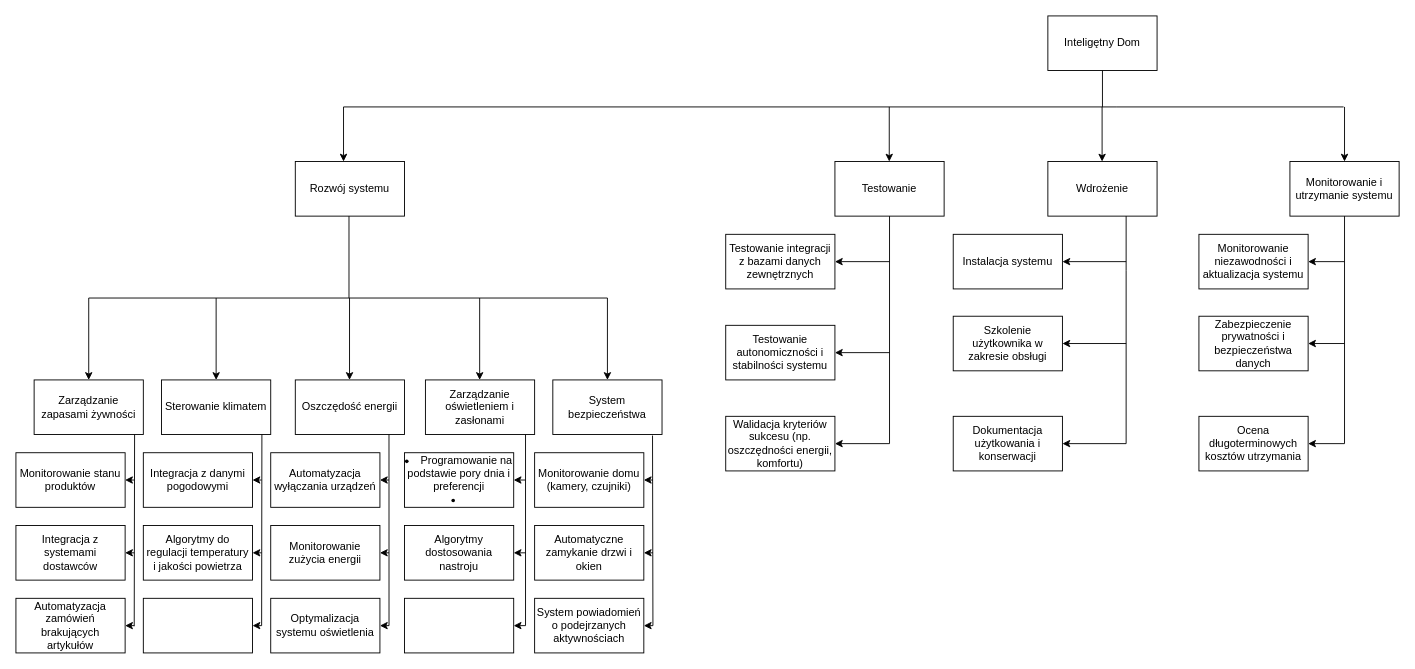
Before: Diagram bez tytułu.drawio in julian428/wbs, a draw.io diagram. Source tidied: cells renumbered, new cells numbered last; positions are measured from the earlier drawing's top-left corner, leaving out a move shared by most shapes. Both pictures are drawn from the tidied source at 91%, with x=0, y=0 at pixel (15, 15).
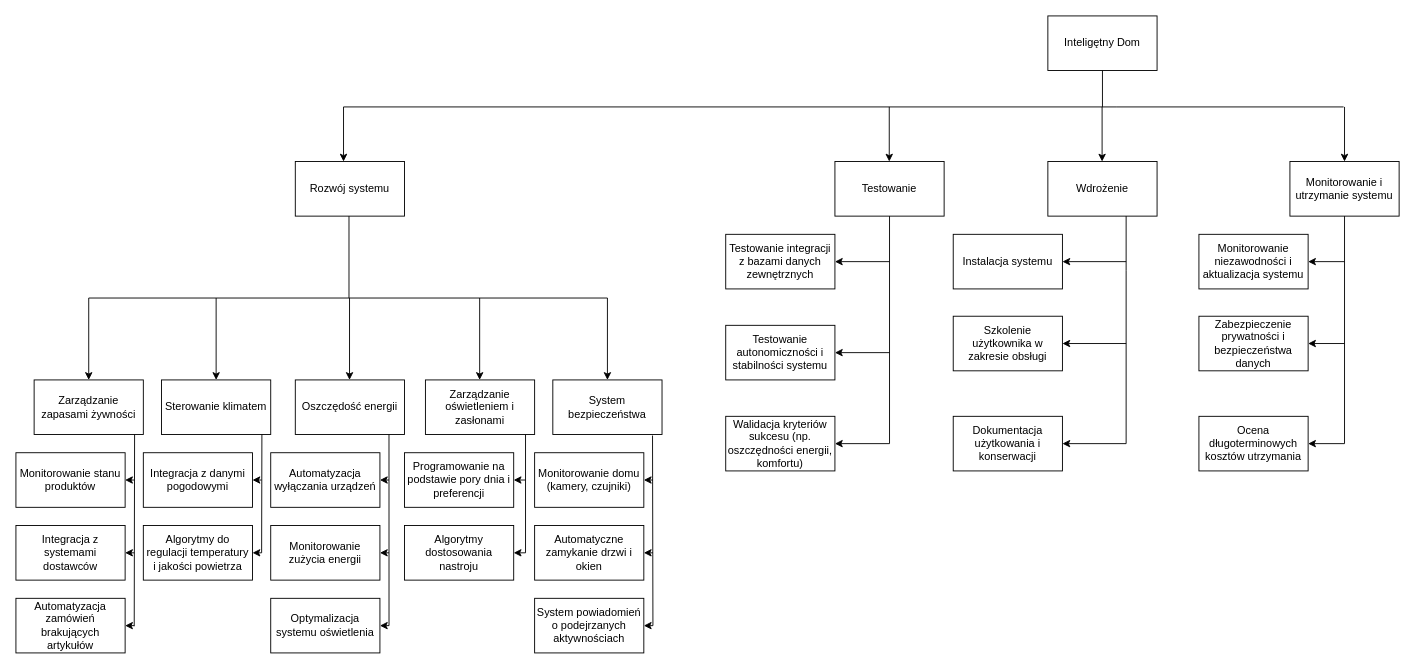
After the change.

Diff of the diagram source:
```diff
@@
-    <mxCell id="49" value="&lt;li&gt;Programowanie na podstawie pory dnia i preferencji&lt;/li&gt;&lt;li&gt;&lt;/li&gt;" style="rounded=0;whiteSpace=wrap;html=1;" parent="1" vertex="1">
+    <mxCell id="49" value="Programowanie na podstawie pory dnia i preferencji" style="rounded=0;whiteSpace=wrap;html=1;" parent="1" vertex="1">
       <mxGeometry x="427" y="480" width="120" height="60" as="geometry" />
     </mxCell>
@@
-    <mxCell id="54" style="rounded=0;whiteSpace=wrap;html=1;" parent="1" vertex="1">
-      <mxGeometry x="140" y="640" width="120" height="60" as="geometry" />
-    </mxCell>
@@
-    <mxCell id="58" style="rounded=0;whiteSpace=wrap;html=1;" parent="1" vertex="1">
-      <mxGeometry x="427" y="640" width="120" height="60" as="geometry" />
-    </mxCell>
@@
     <mxCell id="62" style="endArrow=none;html=1;rounded=0;entryX=0.944;entryY=1.025;entryDx=0;entryDy=0;entryPerimeter=0;" parent="1" edge="1">
       <mxGeometry relative="1" as="geometry">
-        <mxPoint x="270" y="670" as="sourcePoint" />
+        <mxPoint x="270" y="590" as="sourcePoint" />
         <mxPoint x="270.3" y="460" as="targetPoint" />
       </mxGeometry>
     </mxCell>
@@
     <mxCell id="64" style="endArrow=none;html=1;rounded=0;entryX=0.957;entryY=1.008;entryDx=0;entryDy=0;entryPerimeter=0;" parent="1" edge="1">
       <mxGeometry relative="1" as="geometry">
-        <mxPoint x="560" y="670" as="sourcePoint" />
+        <mxPoint x="560" y="590" as="sourcePoint" />
         <mxPoint x="560" y="460" as="targetPoint" />
       </mxGeometry>
     </mxCell>
@@
-    <mxCell id="71" style="endArrow=classic;html=1;rounded=0;entryX=1;entryY=0.5;entryDx=0;entryDy=0;" parent="1" edge="1" target="54">
-      <mxGeometry relative="1" as="geometry">
-        <mxPoint x="270" y="670" as="sourcePoint" />
-      </mxGeometry>
-    </mxCell>
@@
-    <mxCell id="77" style="endArrow=classic;html=1;rounded=0;entryX=1;entryY=0.5;entryDx=0;entryDy=0;" parent="1" edge="1" target="58">
-      <mxGeometry relative="1" as="geometry">
-        <mxPoint x="560" y="670" as="sourcePoint" />
-      </mxGeometry>
-    </mxCell>
```
